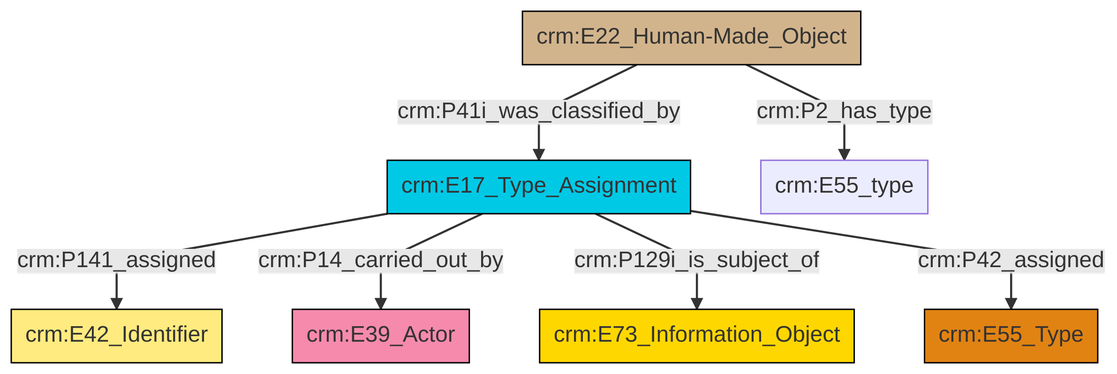
The Mermaid diagram et/builtWorkCSV/ttl/mmd/png/Built_Work_designation_status.png in swiss-art-research-net/docs.swissartresearch, before a commit. Its source is kept beside it as et/builtWorkCSV/ttl/mmd/Built_Work_designation_status.ttl.mmd.
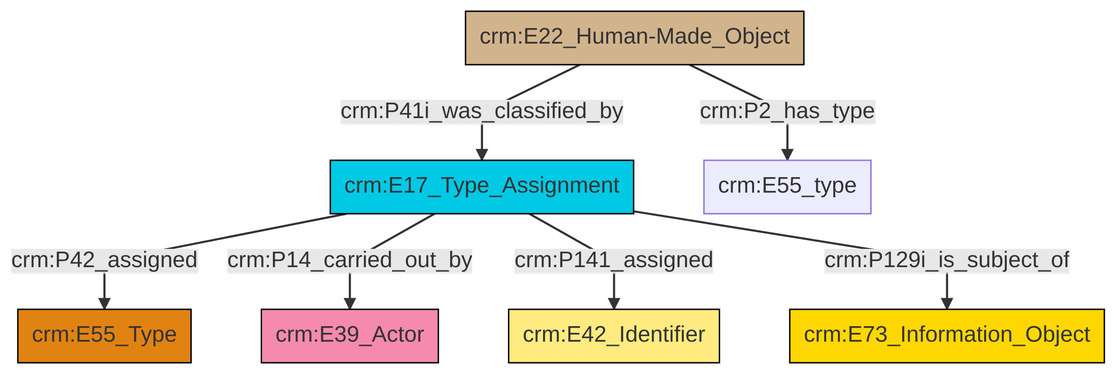
The same file after the commit.

What changed in the source:
```diff
@@ -13,9 +13,9 @@
 classDef PC_Classes fill:#4ce600, stroke:#000000;
 classDef Multi fill:#cccccc,stroke:#000000;
 
-6["crm:E17_Type_Assignment"]:::Temporal_Entity -->|crm:P141_assigned| 7["crm:E42_Identifier"]:::Appellation
-6["crm:E17_Type_Assignment"]:::Temporal_Entity -->|crm:P14_carried_out_by| 8["crm:E39_Actor"]:::Actor
-2["crm:E22_Human-Made_Object"]:::Physical_Thing -->|crm:P2_has_type| 11["crm:E55_type"]:::Default
-2["crm:E22_Human-Made_Object"]:::Physical_Thing -->|crm:P41i_was_classified_by| 6["crm:E17_Type_Assignment"]:::Temporal_Entity
-6["crm:E17_Type_Assignment"]:::Temporal_Entity -->|crm:P129i_is_subject_of| 0["crm:E73_Information_Object"]:::Conceptual_Object
-6["crm:E17_Type_Assignment"]:::Temporal_Entity -->|crm:P42_assigned| 4["crm:E55_Type"]:::Type
+2["crm:E22_Human-Made_Object"]:::Physical_Thing -->|crm:P2_has_type| 3["crm:E55_type"]:::Default
+0["crm:E17_Type_Assignment"]:::Temporal_Entity -->|crm:P42_assigned| 4["crm:E55_Type"]:::Type
+0["crm:E17_Type_Assignment"]:::Temporal_Entity -->|crm:P14_carried_out_by| 6["crm:E39_Actor"]:::Actor
+0["crm:E17_Type_Assignment"]:::Temporal_Entity -->|crm:P141_assigned| 8["crm:E42_Identifier"]:::Appellation
+2["crm:E22_Human-Made_Object"]:::Physical_Thing -->|crm:P41i_was_classified_by| 0["crm:E17_Type_Assignment"]:::Temporal_Entity
+0["crm:E17_Type_Assignment"]:::Temporal_Entity -->|crm:P129i_is_subject_of| 11["crm:E73_Information_Object"]:::Conceptual_Object
```
